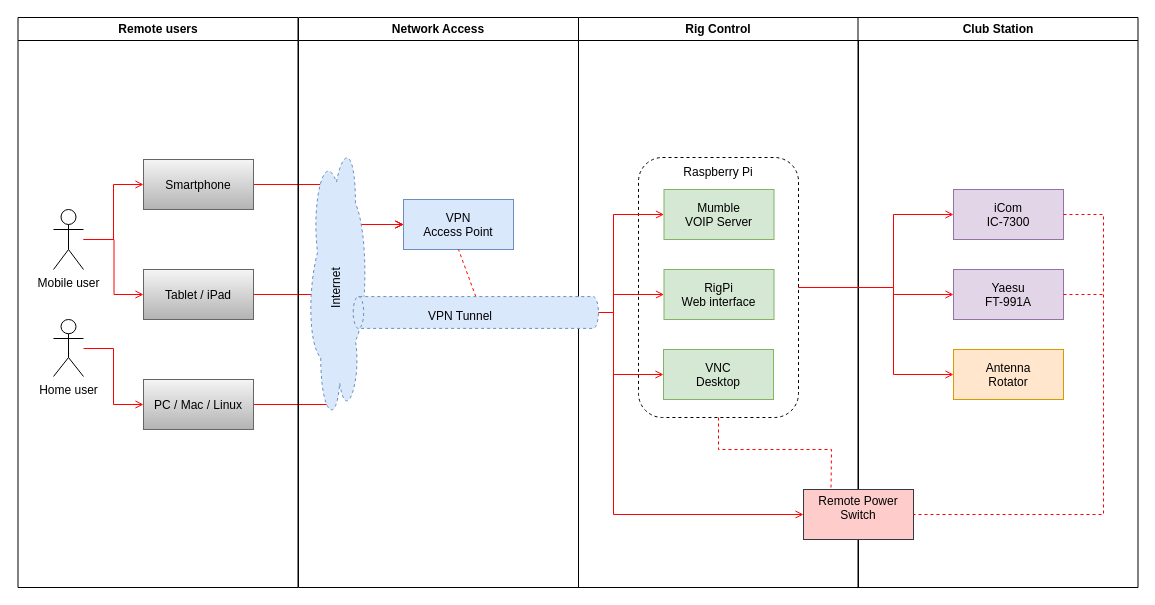
The draw.io diagram diagrams/SPARC Club Station Remote Control.drawio in hojo155/SPARC-Club-Station-Remote-Control, before the edit. Source tidied: cells renumbered, new cells numbered last; positions are measured from the earlier drawing's top-left corner, leaving out a move shared by most shapes. Both pictures are drawn from the tidied source at 100%, with x=0, y=0 at pixel (17, 17).
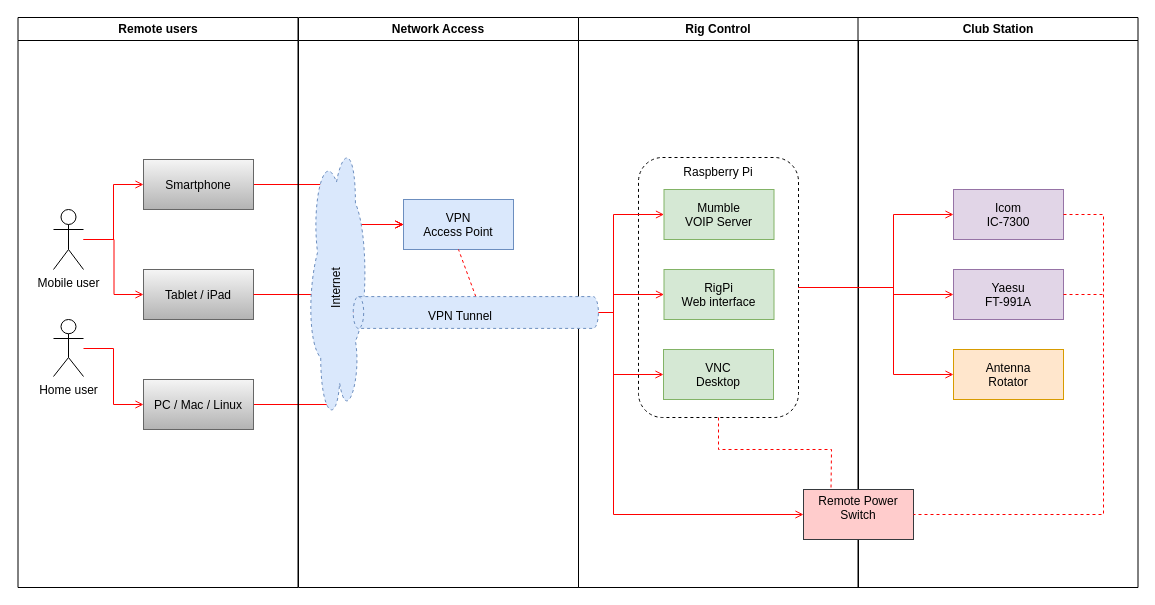
The same diagram, later.

Diff of the diagram source:
```diff
@@
-    <mxCell id="20" value="iCom&#10;IC-7300" style="fillColor=#e1d5e7;strokeColor=#9673a6;" parent="1" vertex="1">
+    <mxCell id="20" value="Icom&#10;IC-7300" style="fillColor=#e1d5e7;strokeColor=#9673a6;" parent="1" vertex="1">
       <mxGeometry x="936" y="172" width="110" height="50" as="geometry" />
     </mxCell>
```
